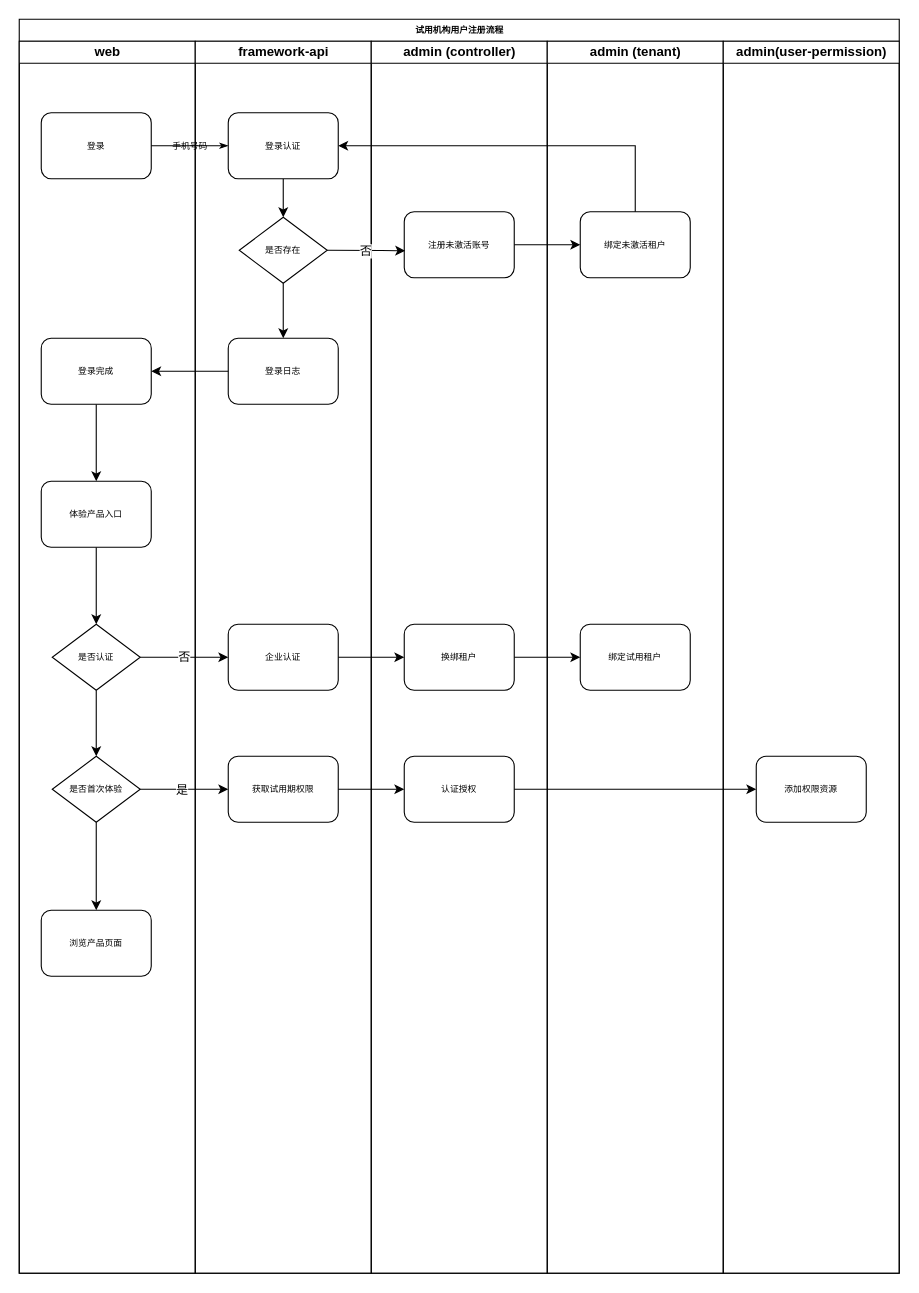
Earlier version of the draw.io diagram 试用机构用户注册流程.drawio (ErciZe/metest). Source tidied: cells renumbered, new cells numbered last; positions are measured from the earlier drawing's top-left corner, leaving out a move shared by most shapes. Both pictures are drawn from the tidied source at 110%, with x=0, y=0 at pixel (19, 19).
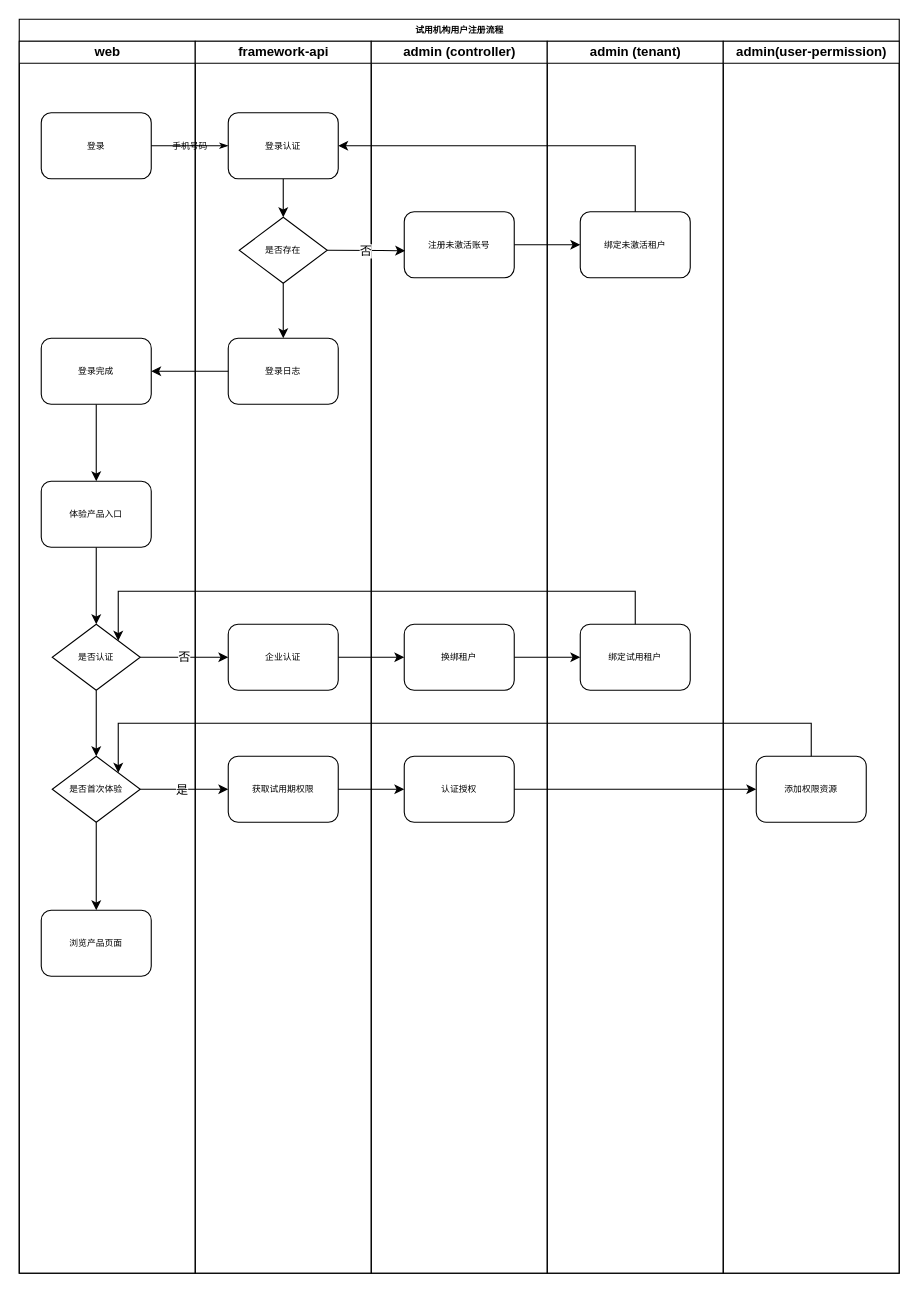
Above is the later version.

Commit message:
更新试用机构用户注册流程.drawio

The change refers to these unchanged cells:
```xml
<mxCell id="2" value="试用机构用户注册流程" style="swimlane;html=1;startSize=20;rounded=0;shadow=0;labelBackgroundColor=none;strokeWidth=1;fontFamily=Verdana;fontSize=8;align=center;" parent="1" vertex="1">
  <mxGeometry width="800" height="1140" as="geometry" />
</mxCell>
<mxCell id="10" value="是否认证" style="rhombus;whiteSpace=wrap;html=1;rounded=0;shadow=0;labelBackgroundColor=none;strokeWidth=1;fontFamily=Verdana;fontSize=8;align=center;" parent="3" vertex="1">
  <mxGeometry x="30" y="530" width="80" height="60" as="geometry" />
</mxCell>
<mxCell id="12" value="是否首次体验" style="rhombus;whiteSpace=wrap;html=1;rounded=0;shadow=0;labelBackgroundColor=none;strokeWidth=1;fontFamily=Verdana;fontSize=8;align=center;" parent="3" vertex="1">
  <mxGeometry x="30" y="650" width="80" height="60" as="geometry" />
</mxCell>
<mxCell id="29" value="绑定试用租户" style="rounded=1;whiteSpace=wrap;html=1;shadow=0;labelBackgroundColor=none;strokeWidth=1;fontFamily=Verdana;fontSize=8;align=center;" parent="27" vertex="1">
  <mxGeometry x="30" y="530" width="100" height="60" as="geometry" />
</mxCell>
<mxCell id="31" value="添加权限资源" style="rounded=1;whiteSpace=wrap;html=1;shadow=0;labelBackgroundColor=none;strokeWidth=1;fontFamily=Verdana;fontSize=8;align=center;" parent="30" vertex="1">
  <mxGeometry x="30" y="650" width="100" height="60" as="geometry" />
</mxCell>
```

Change to the diagram source:
```diff
@@
+    <mxCell id="43" style="edgeStyle=orthogonalEdgeStyle;rounded=0;jettySize=auto;html=1;entryX=1;entryY=0;entryDx=0;entryDy=0;elbow=vertical;" parent="2" edge="1" source="31" target="12">
+      <mxGeometry relative="1" as="geometry">
+        <Array as="points">
+          <mxPoint x="720" y="640" />
+          <mxPoint x="90" y="640" />
+        </Array>
+      </mxGeometry>
+    </mxCell>
+    <mxCell id="44" style="edgeStyle=orthogonalEdgeStyle;rounded=0;jettySize=auto;html=1;entryX=1;entryY=0;entryDx=0;entryDy=0;elbow=vertical;" parent="2" edge="1" source="29" target="10">
+      <mxGeometry relative="1" as="geometry">
+        <Array as="points">
+          <mxPoint x="560" y="520" />
+          <mxPoint x="90" y="520" />
+        </Array>
+      </mxGeometry>
+    </mxCell>
```
